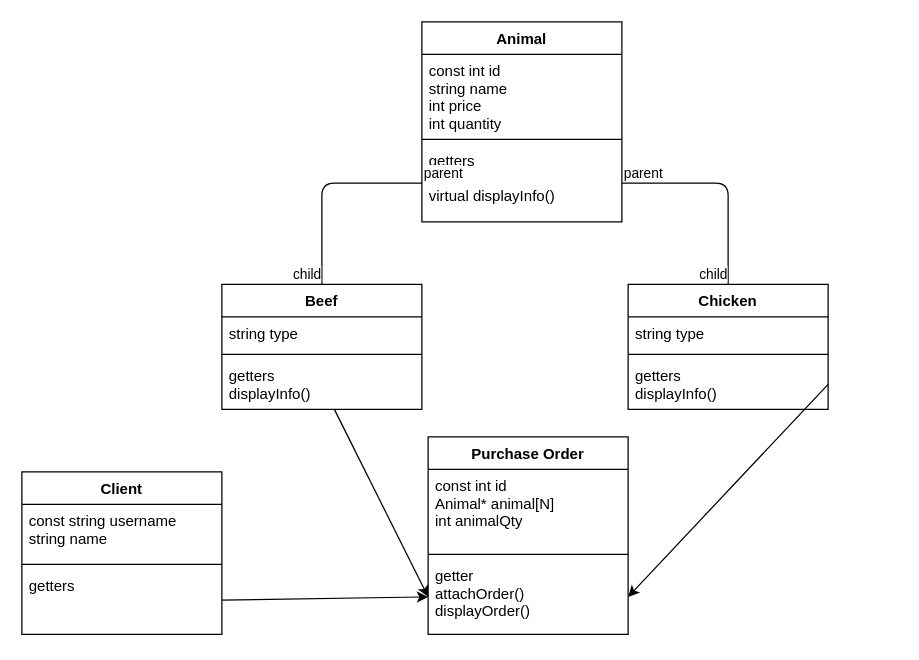
demianvparenti/TPFINAL keeps this draw.io diagram as uml/diagram.drawio. Above is the earlier version. Source tidied: cells renumbered, new cells numbered last; positions are measured from the earlier drawing's top-left corner, leaving out a move shared by most shapes. Both pictures are drawn from the tidied source at 125%, with x=0, y=0 at pixel (21, 21).
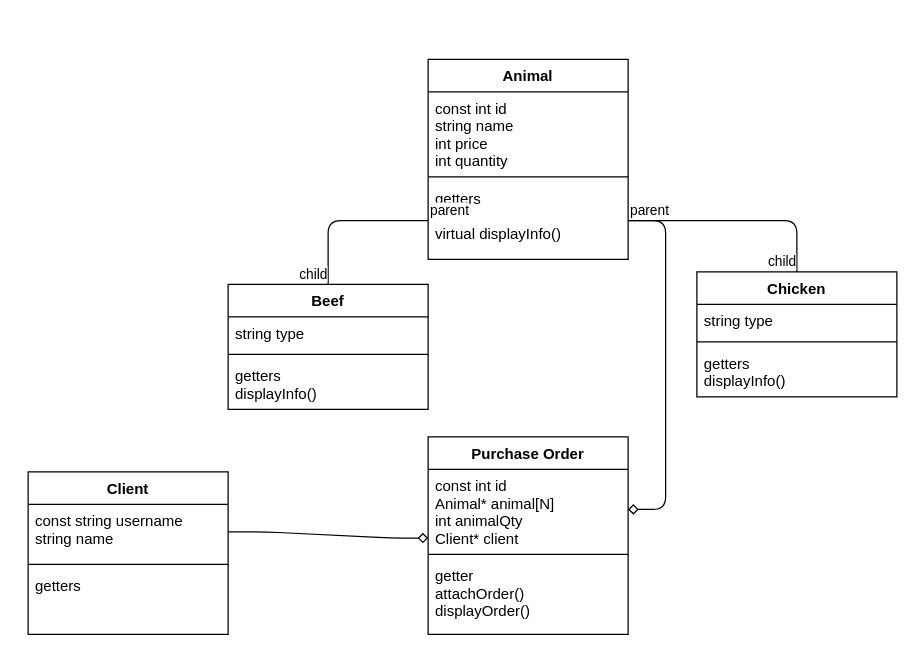
Above is the later version.

Unchanged cells that the change refers to:
```xml
<mxCell id="5" value="getters&#10;&#10;virtual displayInfo()" style="text;strokeColor=none;fillColor=none;align=left;verticalAlign=top;spacingLeft=4;spacingRight=4;overflow=hidden;points=[[0,0.5],[1,0.5]];portConstraint=eastwest;" parent="2" vertex="1">
  <mxGeometry y="98" width="160" height="62" as="geometry" />
</mxCell>
<mxCell id="9" value="getters&#10;displayInfo()" style="text;strokeColor=none;fillColor=none;align=left;verticalAlign=top;spacingLeft=4;spacingRight=4;overflow=hidden;points=[[0,0.5],[1,0.5]];portConstraint=eastwest;" parent="6" vertex="1">
  <mxGeometry y="60" width="160" height="40" as="geometry" />
</mxCell>
<mxCell id="13" value="getters&#10;displayInfo()" style="text;strokeColor=none;fillColor=none;align=left;verticalAlign=top;spacingLeft=4;spacingRight=4;overflow=hidden;points=[[0,0.5],[1,0.5]];portConstraint=eastwest;" parent="10" vertex="1">
  <mxGeometry y="60" width="160" height="40" as="geometry" />
</mxCell>
<mxCell id="15" value="const string username&#10;string name" style="text;strokeColor=none;fillColor=none;align=left;verticalAlign=top;spacingLeft=4;spacingRight=4;overflow=hidden;points=[[0,0.5],[1,0.5]];portConstraint=eastwest;" parent="14" vertex="1">
  <mxGeometry y="26" width="160" height="44" as="geometry" />
</mxCell>
<mxCell id="17" value="getters" style="text;strokeColor=none;fillColor=none;align=left;verticalAlign=top;spacingLeft=4;spacingRight=4;overflow=hidden;points=[[0,0.5],[1,0.5]];portConstraint=eastwest;" parent="14" vertex="1">
  <mxGeometry y="78" width="160" height="52" as="geometry" />
</mxCell>
<mxCell id="18" value="Purchase Order" style="swimlane;fontStyle=1;align=center;verticalAlign=top;horizontal=1;startSize=26;" parent="1" vertex="1">
  <mxGeometry x="325" y="332" width="160" height="158" as="geometry" />
</mxCell>
<mxCell id="21" value="getter&#10;attachOrder()&#10;displayOrder()" style="text;strokeColor=none;fillColor=none;align=left;verticalAlign=top;spacingLeft=4;spacingRight=4;overflow=hidden;points=[[0,0.5],[1,0.5]];portConstraint=eastwest;" parent="18" vertex="1">
  <mxGeometry y="98" width="160" height="60" as="geometry" />
</mxCell>
```

Change to the diagram source:
```diff
@@
     <mxCell id="2" value="Animal" style="swimlane;fontStyle=1;align=center;verticalAlign=top;horizontal=1;startSize=26;" parent="1" vertex="1">
-      <mxGeometry x="320" width="160" height="160" as="geometry" />
+      <mxGeometry x="325" y="30" width="160" height="160" as="geometry" />
     </mxCell>
@@
     <mxCell id="6" value="Beef" style="swimlane;fontStyle=1;align=center;verticalAlign=top;horizontal=1;startSize=26;" parent="1" vertex="1">
-      <mxGeometry x="160" y="210" width="160" height="100" as="geometry" />
+      <mxGeometry x="165" y="210" width="160" height="100" as="geometry" />
     </mxCell>
@@
     <mxCell id="10" value="Chicken" style="swimlane;fontStyle=1;align=center;verticalAlign=top;horizontal=1;startSize=26;" parent="1" vertex="1">
-      <mxGeometry x="485" y="210" width="160" height="100" as="geometry" />
+      <mxGeometry x="540" y="200" width="160" height="100" as="geometry" />
     </mxCell>
@@
     <mxCell id="14" value="Client" style="swimlane;fontStyle=1;align=center;verticalAlign=top;horizontal=1;startSize=26;" parent="1" vertex="1">
-      <mxGeometry y="360" width="160" height="130" as="geometry" />
+      <mxGeometry x="5" y="360" width="160" height="130" as="geometry" />
     </mxCell>
@@
-    <mxCell id="19" value="const int id&#10;Animal* animal[N]&#10;int animalQty" style="text;strokeColor=none;fillColor=none;align=left;verticalAlign=top;spacingLeft=4;spacingRight=4;overflow=hidden;points=[[0,0.5],[1,0.5]];portConstraint=eastwest;" parent="18" vertex="1">
+    <mxCell id="19" value="const int id&#10;Animal* animal[N]&#10;int animalQty&#10;Client* client" style="text;strokeColor=none;fillColor=none;align=left;verticalAlign=top;spacingLeft=4;spacingRight=4;overflow=hidden;points=[[0,0.5],[1,0.5]];portConstraint=eastwest;" parent="18" vertex="1">
       <mxGeometry y="26" width="160" height="64" as="geometry" />
     </mxCell>
@@
-    <mxCell id="22" style="edgeStyle=none;html=1;entryX=0;entryY=0.5;entryDx=0;entryDy=0;" parent="1" edge="1" source="17" target="21">
+    <mxCell id="22" style="edgeStyle=entityRelationEdgeStyle;html=1;entryX=0;entryY=0.859;entryDx=0;entryDy=0;endArrow=diamond;endFill=0;entryPerimeter=0;" parent="1" edge="1" source="15" target="19">
       <mxGeometry relative="1" as="geometry" />
     </mxCell>
-    <mxCell id="23" style="edgeStyle=none;html=1;entryX=0;entryY=0.5;entryDx=0;entryDy=0;" parent="1" edge="1" source="9" target="21">
-      <mxGeometry relative="1" as="geometry" />
-    </mxCell>
-    <mxCell id="24" style="edgeStyle=none;html=1;exitX=1;exitY=0.5;exitDx=0;exitDy=0;entryX=1;entryY=0.5;entryDx=0;entryDy=0;" parent="1" edge="1" source="13" target="21">
-      <mxGeometry relative="1" as="geometry" />
-    </mxCell>
@@
+    <mxCell id="31" style="edgeStyle=entityRelationEdgeStyle;html=1;entryX=1;entryY=0.5;entryDx=0;entryDy=0;endArrow=diamond;endFill=0;" parent="1" edge="1" source="5" target="19">
+      <mxGeometry relative="1" as="geometry" />
+    </mxCell>
```
